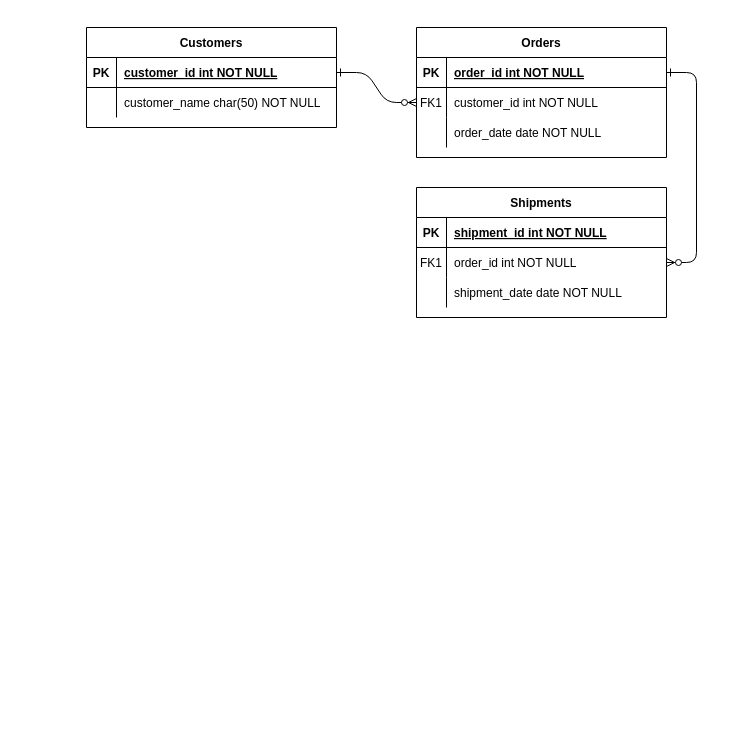
This is EntityRelationship - diagrams.net_files/Untitled Diagram.drawio from devAmmarMalik/BlockDuster, a draw.io file, before an edit. Source tidied: cells renumbered, new cells numbered last; positions are measured from the earlier drawing's top-left corner, leaving out a move shared by most shapes. Both pictures are drawn from the tidied source at 100%, with x=0, y=0 at pixel (86, 27).
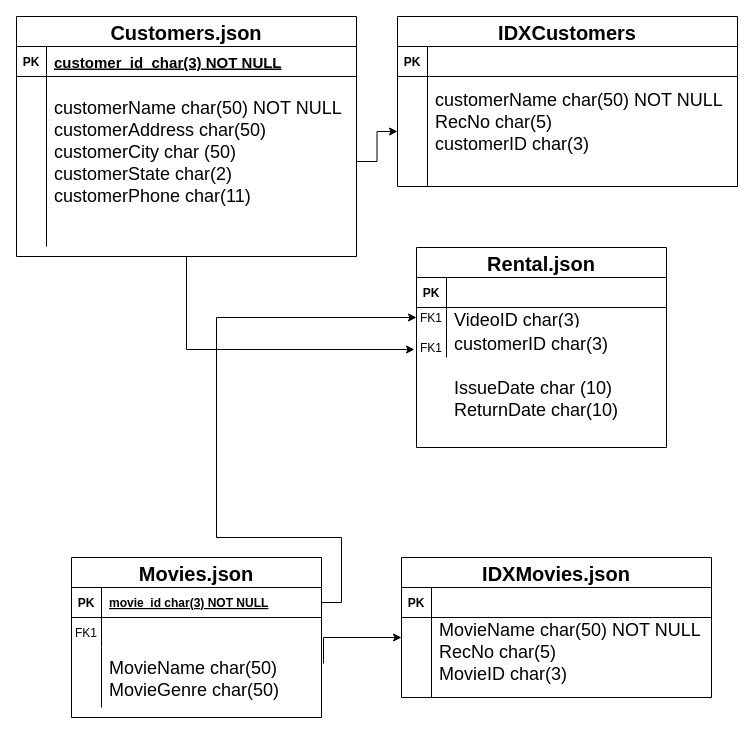
After the change.

Commit message:
ERD-Main Database

Unchanged cells that the change refers to:
```xml
<mxCell id="5" style="shape=partialRectangle;fillColor=none;points=[[0,0.5],[1,0.5]];portConstraint=eastwest;top=0;left=0;right=0;bottom=1;" parent="4" vertex="1">
  <mxGeometry y="30" width="250" height="30" as="geometry" />
</mxCell>
<mxCell id="8" style="shape=partialRectangle;fillColor=none;points=[[0,0.5],[1,0.5]];portConstraint=eastwest;top=0;left=0;right=0;bottom=0;" parent="4" vertex="1">
  <mxGeometry y="60" width="250" height="30" as="geometry" />
</mxCell>
<mxCell id="15" style="shape=partialRectangle;fillColor=none;top=0;left=0;right=0;bottom=1;" parent="14" vertex="1">
  <mxGeometry y="30" width="250" height="30" as="geometry" />
</mxCell>
```

Diff of the diagram source:
```diff
@@
-    <mxCell id="2" style="edgeStyle=entityRelationEdgeStyle;endArrow=ERzeroToMany;startArrow=ERone;endFill=1;startFill=0;" parent="1" edge="1" source="25" target="8">
-      <mxGeometry relative="1" as="geometry" />
-    </mxCell>
-    <mxCell id="3" style="edgeStyle=entityRelationEdgeStyle;endArrow=ERzeroToMany;startArrow=ERone;endFill=1;startFill=0;" parent="1" edge="1" source="5" target="18">
-      <mxGeometry relative="1" as="geometry" />
-    </mxCell>
-    <mxCell id="4" value="Orders" style="shape=table;startSize=30;childLayout=tableLayout;rowLines=0;fontStyle=1;align=center;" parent="1" vertex="1">
-      <mxGeometry x="330" width="250" height="130" as="geometry" />
+    <mxCell id="4" value="Movies.json" style="shape=table;startSize=30;childLayout=tableLayout;rowLines=0;fontStyle=1;align=center;fontSize=20;" parent="1" vertex="1">
+      <mxGeometry x="-15" y="530" width="250" height="160" as="geometry" />
     </mxCell>
@@
-    <mxCell id="7" value="order_id int NOT NULL " style="shape=partialRectangle;overflow=hidden;fillColor=none;top=0;left=0;bottom=0;right=0;align=left;spacingLeft=6;fontStyle=5;" parent="5" vertex="1">
+    <mxCell id="7" value="movie_id char(3) NOT NULL " style="shape=partialRectangle;overflow=hidden;fillColor=none;top=0;left=0;bottom=0;right=0;align=left;spacingLeft=6;fontStyle=5;" parent="5" vertex="1">
       <mxGeometry x="30" width="220" height="30" as="geometry" />
     </mxCell>
@@
-    <mxCell id="10" value="customer_id int NOT NULL" style="shape=partialRectangle;overflow=hidden;fillColor=none;top=0;left=0;bottom=0;right=0;align=left;spacingLeft=6;" parent="8" vertex="1">
+    <mxCell id="10" style="shape=partialRectangle;overflow=hidden;fillColor=none;top=0;left=0;bottom=0;right=0;align=left;spacingLeft=6;" parent="8" vertex="1">
       <mxGeometry x="30" width="220" height="30" as="geometry" />
     </mxCell>
     <mxCell id="11" style="shape=partialRectangle;fillColor=none;points=[[0,0.5],[1,0.5]];portConstraint=eastwest;top=0;left=0;right=0;bottom=0;" parent="4" vertex="1">
-      <mxGeometry y="90" width="250" height="30" as="geometry" />
+      <mxGeometry y="90" width="250" height="60" as="geometry" />
     </mxCell>
     <mxCell id="12" style="shape=partialRectangle;overflow=hidden;fillColor=none;top=0;left=0;bottom=0;right=0;" parent="11" vertex="1">
-      <mxGeometry width="30" height="30" as="geometry" />
+      <mxGeometry width="30" height="60" as="geometry" />
     </mxCell>
-    <mxCell id="13" value="order_date date NOT NULL" style="shape=partialRectangle;overflow=hidden;fillColor=none;top=0;left=0;bottom=0;right=0;align=left;spacingLeft=6;" parent="11" vertex="1">
-      <mxGeometry x="30" width="220" height="30" as="geometry" />
+    <mxCell id="13" value="MovieName char(50)&#10;MovieGenre char(50)" style="shape=partialRectangle;overflow=hidden;fillColor=none;top=0;left=0;bottom=0;right=0;align=left;spacingLeft=6;fontSize=18;" parent="11" vertex="1">
+      <mxGeometry x="30" width="220" height="60" as="geometry" />
     </mxCell>
-    <mxCell id="14" value="Shipments" style="shape=table;startSize=30;childLayout=tableLayout;rowLines=0;fontStyle=1;align=center;" parent="1" vertex="1">
-      <mxGeometry x="330" y="160" width="250" height="130" as="geometry" />
+    <mxCell id="14" value="Rental.json" style="shape=table;startSize=30;childLayout=tableLayout;rowLines=0;fontStyle=1;align=center;fontSize=20;" parent="1" vertex="1">
+      <mxGeometry x="330" y="220" width="250" height="200" as="geometry" />
     </mxCell>
@@
-    <mxCell id="17" value="shipment_id int NOT NULL " style="shape=partialRectangle;overflow=hidden;fillColor=none;top=0;left=0;bottom=0;right=0;align=left;spacingLeft=6;fontStyle=5;" parent="15" vertex="1">
+    <mxCell id="17" style="shape=partialRectangle;overflow=hidden;fillColor=none;top=0;left=0;bottom=0;right=0;align=left;spacingLeft=6;fontStyle=5;" parent="15" vertex="1">
       <mxGeometry x="30" width="220" height="30" as="geometry" />
     </mxCell>
     <mxCell id="18" style="shape=partialRectangle;fillColor=none;points=[[0,0.5],[1,0.5]];portConstraint=eastwest;top=0;left=0;right=0;bottom=0;" parent="14" vertex="1">
-      <mxGeometry y="60" width="250" height="30" as="geometry" />
+      <mxGeometry y="60" width="250" height="20" as="geometry" />
     </mxCell>
     <mxCell id="19" value="FK1" style="shape=partialRectangle;overflow=hidden;fillColor=none;top=0;left=0;bottom=0;right=0;" parent="18" vertex="1">
-      <mxGeometry width="30" height="30" as="geometry" />
+      <mxGeometry width="30" height="20" as="geometry" />
     </mxCell>
-    <mxCell id="20" value="order_id int NOT NULL" style="shape=partialRectangle;overflow=hidden;fillColor=none;top=0;left=0;bottom=0;right=0;align=left;spacingLeft=6;" parent="18" vertex="1">
-      <mxGeometry x="30" width="220" height="30" as="geometry" />
+    <mxCell id="20" value="VideoID char(3)" style="shape=partialRectangle;overflow=hidden;fillColor=none;top=0;left=0;bottom=0;right=0;align=left;spacingLeft=6;fontSize=18;" parent="18" vertex="1">
+      <mxGeometry x="30" width="220" height="20" as="geometry" />
     </mxCell>
     <mxCell id="21" style="shape=partialRectangle;fillColor=none;points=[[0,0.5],[1,0.5]];portConstraint=eastwest;top=0;left=0;right=0;bottom=0;" parent="14" vertex="1">
-      <mxGeometry y="90" width="250" height="30" as="geometry" />
+      <mxGeometry y="80" width="250" height="30" as="geometry" />
     </mxCell>
@@
-    <mxCell id="23" value="shipment_date date NOT NULL" style="shape=partialRectangle;overflow=hidden;fillColor=none;top=0;left=0;bottom=0;right=0;align=left;spacingLeft=6;" parent="21" vertex="1">
+    <mxCell id="23" value="customerID char(3)" style="shape=partialRectangle;overflow=hidden;fillColor=none;top=0;left=0;bottom=0;right=0;align=left;spacingLeft=6;fontSize=18;" parent="21" vertex="1">
       <mxGeometry x="30" width="220" height="30" as="geometry" />
     </mxCell>
+    <mxCell id="31" style="edgeStyle=orthogonalEdgeStyle;rounded=0;jettySize=auto;html=1;entryX=-0.008;entryY=0.733;entryDx=0;entryDy=0;entryPerimeter=0;fontSize=18;" parent="1" edge="1" source="24" target="21">
+      <mxGeometry relative="1" as="geometry" />
+    </mxCell>
-    <mxCell id="24" value="Customers" style="shape=table;startSize=30;childLayout=tableLayout;rowLines=0;fontStyle=1;align=center;" parent="1" vertex="1">
-      <mxGeometry width="250" height="100" as="geometry" />
+    <mxCell id="24" value="Customers.json" style="shape=table;startSize=30;childLayout=tableLayout;rowLines=0;fontStyle=1;align=center;fontSize=20;" parent="1" vertex="1">
+      <mxGeometry x="-70" y="-11" width="340" height="240" as="geometry" />
     </mxCell>
     <mxCell id="25" style="shape=partialRectangle;fillColor=none;points=[[0,0.5],[1,0.5]];portConstraint=eastwest;top=0;left=0;right=0;bottom=1;" parent="24" vertex="1">
-      <mxGeometry y="30" width="250" height="30" as="geometry" />
+      <mxGeometry y="30" width="340" height="30" as="geometry" />
     </mxCell>
@@
-    <mxCell id="27" value="customer_id int NOT NULL " style="shape=partialRectangle;overflow=hidden;fillColor=none;top=0;left=0;bottom=0;right=0;align=left;spacingLeft=6;fontStyle=5;" parent="25" vertex="1">
-      <mxGeometry x="30" width="220" height="30" as="geometry" />
+    <mxCell id="27" value="customer_id  char(3) NOT NULL " style="shape=partialRectangle;overflow=hidden;fillColor=none;top=0;left=0;bottom=0;right=0;align=left;spacingLeft=6;fontStyle=5;fontSize=15;" parent="25" vertex="1">
+      <mxGeometry x="30" width="310" height="30" as="geometry" />
     </mxCell>
     <mxCell id="28" style="shape=partialRectangle;fillColor=none;points=[[0,0.5],[1,0.5]];portConstraint=eastwest;top=0;left=0;right=0;bottom=0;" parent="24" vertex="1">
-      <mxGeometry y="60" width="250" height="30" as="geometry" />
+      <mxGeometry y="60" width="340" height="170" as="geometry" />
     </mxCell>
     <mxCell id="29" style="shape=partialRectangle;overflow=hidden;fillColor=none;top=0;left=0;bottom=0;right=0;" parent="28" vertex="1">
-      <mxGeometry width="30" height="30" as="geometry" />
+      <mxGeometry width="30" height="170" as="geometry" />
     </mxCell>
-    <mxCell id="30" value="customer_name char(50) NOT NULL" style="shape=partialRectangle;overflow=hidden;fillColor=none;top=0;left=0;bottom=0;right=0;align=left;spacingLeft=6;" parent="28" vertex="1">
-      <mxGeometry x="30" width="220" height="30" as="geometry" />
+    <mxCell id="30" value="customerName char(50) NOT NULL&#10;customerAddress char(50)&#10;customerCity char (50)&#10;customerState char(2)&#10;customerPhone char(11)&#10;" style="shape=partialRectangle;overflow=hidden;fillColor=none;top=0;left=0;bottom=0;right=0;align=left;spacingLeft=6;fontSize=18;" parent="28" vertex="1">
+      <mxGeometry x="30" width="310" height="170" as="geometry" />
     </mxCell>
+    <mxCell id="32" value="IDXCustomers" style="shape=table;startSize=30;childLayout=tableLayout;rowLines=0;fontStyle=1;align=center;labelBackgroundColor=default;fontSize=20;" parent="1" vertex="1">
+      <mxGeometry x="311" y="-11" width="340" height="170" as="geometry" />
+    </mxCell>
+    <mxCell id="33" style="shape=partialRectangle;fillColor=none;top=0;left=0;right=0;bottom=1;" parent="32" vertex="1">
+      <mxGeometry y="30" width="340" height="30" as="geometry" />
+    </mxCell>
+    <mxCell id="34" value="PK" style="shape=partialRectangle;overflow=hidden;fillColor=none;top=0;left=0;bottom=0;right=0;fontStyle=1;" parent="33" vertex="1">
+      <mxGeometry width="30" height="30" as="geometry" />
+    </mxCell>
+    <mxCell id="35" style="shape=partialRectangle;overflow=hidden;fillColor=none;top=0;left=0;bottom=0;right=0;align=left;spacingLeft=6;fontStyle=5;" parent="33" vertex="1">
+      <mxGeometry x="30" width="310" height="30" as="geometry" />
+    </mxCell>
+    <mxCell id="36" style="shape=partialRectangle;fillColor=none;points=[[0,0.5],[1,0.5]];portConstraint=eastwest;top=0;left=0;right=0;bottom=0;" parent="32" vertex="1">
+      <mxGeometry y="60" width="340" height="110" as="geometry" />
+    </mxCell>
+    <mxCell id="37" style="shape=partialRectangle;overflow=hidden;fillColor=none;top=0;left=0;bottom=0;right=0;" parent="36" vertex="1">
+      <mxGeometry width="30" height="110" as="geometry" />
+    </mxCell>
+    <mxCell id="38" value="customerName char(50) NOT NULL&#10;RecNo char(5)&#10;customerID char(3)&#10;" style="shape=partialRectangle;overflow=hidden;fillColor=none;top=0;left=0;bottom=0;right=0;align=left;spacingLeft=6;fontSize=18;" parent="36" vertex="1">
+      <mxGeometry x="30" width="310" height="110" as="geometry" />
+    </mxCell>
+    <mxCell id="39" style="edgeStyle=orthogonalEdgeStyle;rounded=0;jettySize=auto;html=1;fontSize=15;" parent="1" edge="1" source="28" target="36">
+      <mxGeometry relative="1" as="geometry" />
+    </mxCell>
+    <mxCell id="40" value="IDXMovies.json" style="shape=table;startSize=30;childLayout=tableLayout;rowLines=0;fontStyle=1;align=center;labelBackgroundColor=default;fontSize=20;" parent="1" vertex="1">
+      <mxGeometry x="315" y="530" width="310" height="140" as="geometry" />
+    </mxCell>
+    <mxCell id="41" style="shape=partialRectangle;fillColor=none;top=0;left=0;right=0;bottom=1;" parent="40" vertex="1">
+      <mxGeometry y="30" width="310" height="30" as="geometry" />
+    </mxCell>
+    <mxCell id="42" value="PK" style="shape=partialRectangle;overflow=hidden;fillColor=none;top=0;left=0;bottom=0;right=0;fontStyle=1;" parent="41" vertex="1">
+      <mxGeometry width="30" height="30" as="geometry" />
+    </mxCell>
+    <mxCell id="43" style="shape=partialRectangle;overflow=hidden;fillColor=none;top=0;left=0;bottom=0;right=0;align=left;spacingLeft=6;fontStyle=5;" parent="41" vertex="1">
+      <mxGeometry x="30" width="280" height="30" as="geometry" />
+    </mxCell>
+    <mxCell id="44" style="shape=partialRectangle;fillColor=none;points=[[0,0.5],[1,0.5]];portConstraint=eastwest;top=0;left=0;right=0;bottom=0;" parent="40" vertex="1">
+      <mxGeometry y="60" width="310" height="80" as="geometry" />
+    </mxCell>
+    <mxCell id="45" style="shape=partialRectangle;overflow=hidden;fillColor=none;top=0;left=0;bottom=0;right=0;" parent="44" vertex="1">
+      <mxGeometry width="30" height="80" as="geometry" />
+    </mxCell>
+    <mxCell id="46" value="MovieName char(50) NOT NULL&#10;RecNo char(5)&#10;MovieID char(3)&#10;" style="shape=partialRectangle;overflow=hidden;fillColor=none;top=0;left=0;bottom=0;right=0;align=left;spacingLeft=6;fontSize=18;" parent="44" vertex="1">
+      <mxGeometry x="30" width="280" height="80" as="geometry" />
+    </mxCell>
+    <mxCell id="47" style="edgeStyle=orthogonalEdgeStyle;rounded=0;jettySize=auto;html=1;fontSize=18;exitX=1.008;exitY=0.267;exitDx=0;exitDy=0;exitPerimeter=0;" parent="1" edge="1" source="11" target="44">
+      <mxGeometry relative="1" as="geometry">
+        <Array as="points">
+          <mxPoint x="237" y="610" />
+        </Array>
+      </mxGeometry>
+    </mxCell>
+    <mxCell id="48" value="FK1" style="shape=partialRectangle;overflow=hidden;fillColor=none;top=0;left=0;bottom=0;right=0;" parent="1" vertex="1">
+      <mxGeometry x="330" y="305" width="30" height="30" as="geometry" />
+    </mxCell>
+    <mxCell id="49" value="IssueDate char (10)&#10;ReturnDate char(10)" style="shape=partialRectangle;overflow=hidden;fillColor=none;top=0;left=0;bottom=0;right=0;align=left;spacingLeft=6;fontSize=18;" parent="1" vertex="1">
+      <mxGeometry x="360" y="330" width="220" height="80" as="geometry" />
+    </mxCell>
+    <mxCell id="3" style="edgeStyle=orthogonalEdgeStyle;rounded=0;jettySize=auto;html=1;fontSize=18;" parent="1" edge="1" source="5" target="18">
+      <mxGeometry relative="1" as="geometry">
+        <Array as="points">
+          <mxPoint x="255" y="575" />
+          <mxPoint x="255" y="510" />
+          <mxPoint x="130" y="510" />
+          <mxPoint x="130" y="290" />
+        </Array>
+      </mxGeometry>
+    </mxCell>
```
